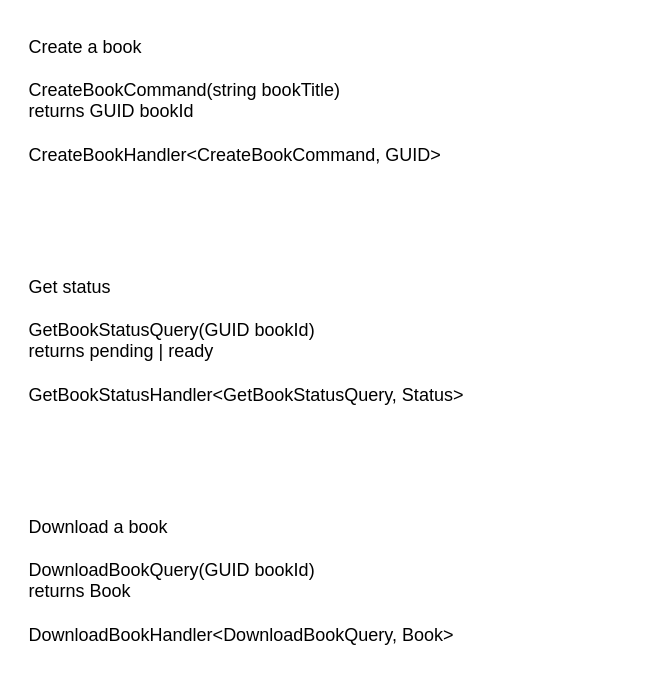
This is page "Application Layer" (4 of 4) of docs/BookGenerator.drawio from Mental-NV/BookGenerator, a draw.io file, before an edit. Source tidied: cells renumbered, new cells numbered last; positions are measured from the earlier drawing's top-left corner, leaving out a move shared by most shapes. Both pictures are drawn from the tidied source at 150%, with x=0, y=0 at pixel (26, 26).
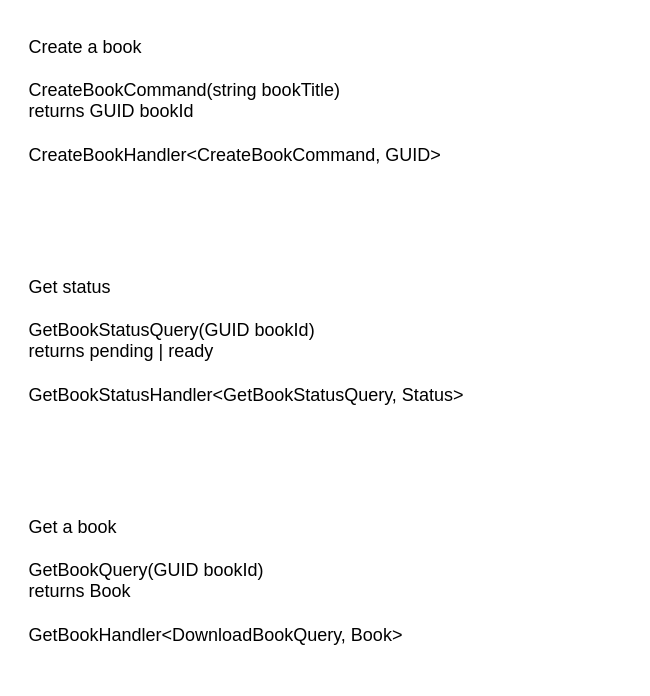
After the change.

The edit, as a diff of the source:
```diff
@@
 <mxGraphModel>
   <root>
     <mxCell id="0" />
     <mxCell id="1" parent="0" />
     <mxCell id="2" value="&lt;div&gt;Create a book&lt;/div&gt;&lt;div&gt;&lt;br&gt;&lt;/div&gt;&lt;div&gt;CreateBookCommand(string bookTitle)&lt;br&gt;&lt;/div&gt;&lt;div&gt;returns GUID bookId&lt;/div&gt;&lt;div&gt;&lt;br&gt;&lt;/div&gt;&lt;div&gt;CreateBookHandler&amp;lt;CreateBookCommand, GUID&amp;gt;&lt;br&gt;&lt;/div&gt;" style="text;html=1;strokeColor=none;fillColor=none;align=left;verticalAlign=top;whiteSpace=wrap;rounded=0;" parent="1" vertex="1">
       <mxGeometry width="389" height="110" as="geometry" />
     </mxCell>
     <mxCell id="3" value="&lt;div&gt;Get status&lt;/div&gt;&lt;div&gt;&lt;br&gt;&lt;/div&gt;&lt;div&gt;GetBookStatusQuery(GUID bookId)&lt;/div&gt;&lt;div&gt;returns pending | ready&lt;/div&gt;&lt;div&gt;&lt;br&gt;&lt;/div&gt;&lt;div&gt;GetBookStatusHandler&amp;lt;GetBookStatusQuery, Status&amp;gt;&lt;br&gt;&lt;/div&gt;" style="text;html=1;strokeColor=none;fillColor=none;align=left;verticalAlign=top;whiteSpace=wrap;rounded=0;" parent="1" vertex="1">
       <mxGeometry y="160" width="399" height="110" as="geometry" />
     </mxCell>
-    <mxCell id="4" value="&lt;div&gt;Download a book&lt;/div&gt;&lt;div&gt;&lt;br&gt;&lt;/div&gt;&lt;div&gt;DownloadBookQuery(GUID bookId)&lt;/div&gt;&lt;div&gt;returns Book&lt;/div&gt;&lt;div&gt;&lt;br&gt;&lt;/div&gt;&lt;div&gt;DownloadBookHandler&amp;lt;DownloadBookQuery, Book&amp;gt;&lt;br&gt;&lt;/div&gt;" style="text;html=1;strokeColor=none;fillColor=none;align=left;verticalAlign=top;whiteSpace=wrap;rounded=0;" parent="1" vertex="1">
+    <mxCell id="4" value="&lt;div&gt;Get a book&lt;/div&gt;&lt;div&gt;&lt;br&gt;&lt;/div&gt;&lt;div&gt;GetBookQuery(GUID bookId)&lt;/div&gt;&lt;div&gt;returns Book&lt;/div&gt;&lt;div&gt;&lt;br&gt;&lt;/div&gt;&lt;div&gt;GetBookHandler&amp;lt;DownloadBookQuery, Book&amp;gt;&lt;br&gt;&lt;/div&gt;" style="text;html=1;strokeColor=none;fillColor=none;align=left;verticalAlign=top;whiteSpace=wrap;rounded=0;" parent="1" vertex="1">
       <mxGeometry y="320" width="399" height="110" as="geometry" />
     </mxCell>
   </root>
 </mxGraphModel>
```
